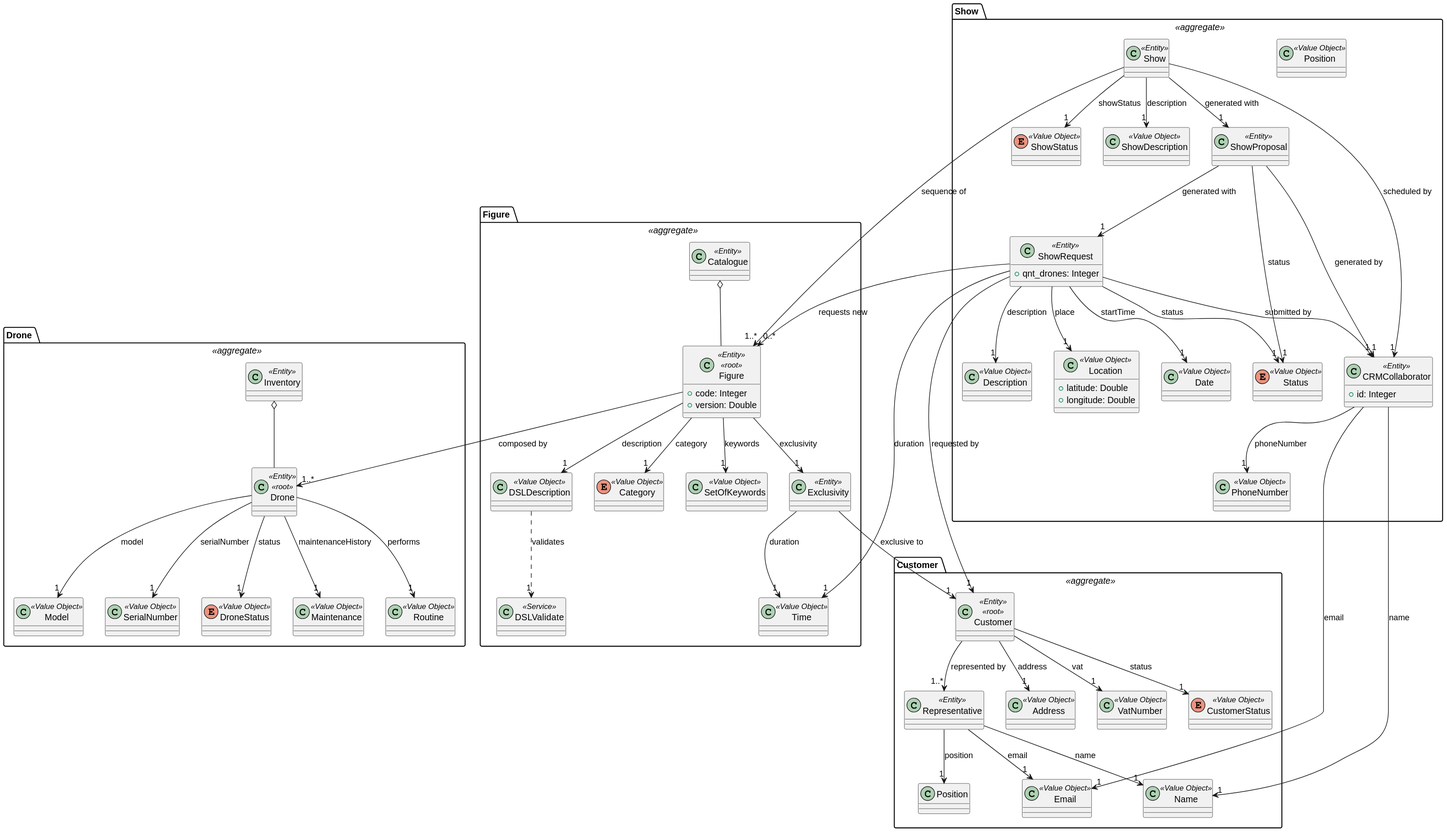
diogoveirospro/sem4pi-2024-2025-sem4pi_2024_2025_g44 keeps this PlantUML diagram as docs/global_artifacts/analysis/images/domain_model.svg. Above is the earlier version.
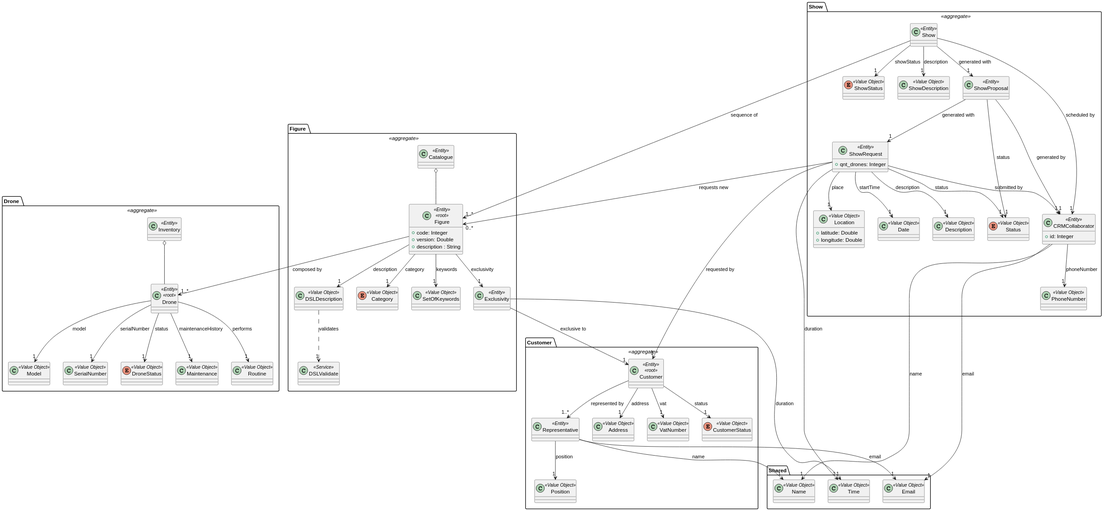
Later version of the same file.

Commit message:
#6 Addition of the “Shared” package to the domain model.

Diff of the diagram source:
```diff
@@ -12,13 +12,10 @@
     class VatNumber <<Value Object>>{
     }
 
-    class Name <<Value Object>>{
+    enum CustomerStatus <<Value Object>>{
     }
 
-    class Email <<Value Object>>{
-    }
-
-    enum CustomerStatus <<Value Object>>{
+    class Position <<Value Object>>{
     }
 
     Customer  --> "1..*" Representative : represented by
@@ -26,8 +23,6 @@
     Customer --> "1" Address : address
     Customer --> "1" CustomerStatus : status
 
-    Representative --> "1" Name : name
-    Representative --> "1" Email : email
     Representative --> "1" Position : position
 
 }
@@ -69,6 +64,7 @@
     class Figure <<Entity>> <<root>>{
         + code: Integer
         + version: Double
+        + description : String
     }
 
     class DSLDescription <<Value Object>>{
@@ -89,9 +85,6 @@
     class DSLValidate <<Service>>{
     }
 
-    class Time <<Value Object>>{
-    }
-
 
     Figure --> "1..*" Drone: composed by
     Figure --> "1" DSLDescription: description
@@ -102,17 +95,11 @@
     DSLDescription ..> "1" DSLValidate: validates
 
     Catalogue o-- Figure
+
+    Exclusivity --> "1" Customer: exclusive to
 }
 
 package "Show " <<aggregate>>{
-
-    class PhoneNumber <<Value Object>>{
-    }
-    class Date <<Value Object>>{
-    }
-
-    class Position <<Value Object>>{
-    }
 
     class Description <<Value Object>>{
     }
@@ -145,9 +132,14 @@
     class ShowProposal <<Entity>>{
     }
 
+    class PhoneNumber <<Value Object>>{
+    }
+
+    class Date <<Value Object>>{
+    }
+
     ShowRequest --> "0..*" Figure : requests new
     ShowRequest --> "1" Date : startTime
-    ShowRequest --> "1" Time : duration
     ShowRequest --> "1" Description : description
     ShowRequest --> "1" CRMCollaborator : submitted by
     ShowRequest --> "1" Customer: requested by
@@ -164,12 +156,29 @@
     ShowProposal --> "1" ShowRequest: generated with
     ShowProposal --> "1" Status: status
 
+    CRMCollaborator --> "1" PhoneNumber: phoneNumber
+
+}
+
+package Shared {
+
+    class Time <<Value Object>>{
+    }
+
+    class Name <<Value Object>>{
+    }
+
+    class Email <<Value Object>>{
+    }
+
     CRMCollaborator --> "1" Name: name
     CRMCollaborator --> "1" Email: email
-    CRMCollaborator --> "1" PhoneNumber: phoneNumber
 
     Exclusivity --> "1" Time: duration
-    Exclusivity --> "1" Customer: exclusive to
 
+    Representative --> "1" Name : name
+    Representative --> "1" Email : email
+
+    ShowRequest --> "1" Time : duration
 }
 @enduml
```
